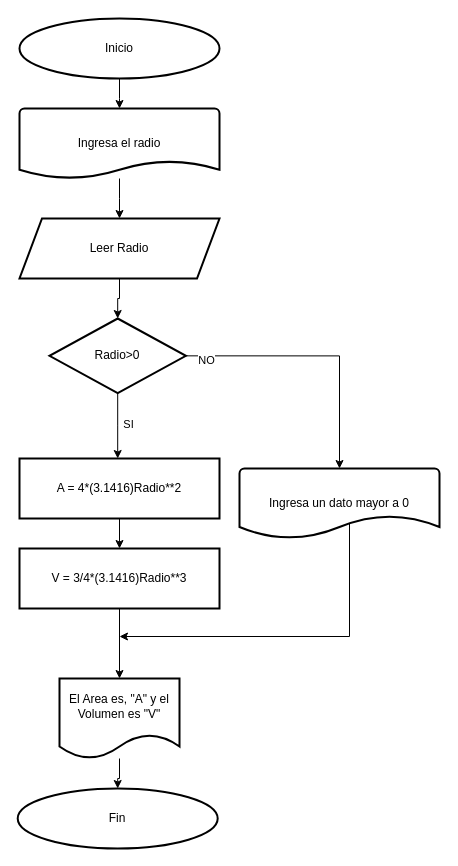
Above: Ejercicio 5: Cálculo del volumen y área de una esfera.drawio in Zapta123/Metodolog-a-de-la-programaci-n- (draw.io), before the change. Source tidied: cells renumbered, new cells numbered last; positions are measured from the earlier drawing's top-left corner, leaving out a move shared by most shapes. Both pictures are drawn from the tidied source at 100%, with x=0, y=0 at pixel (17, 18).
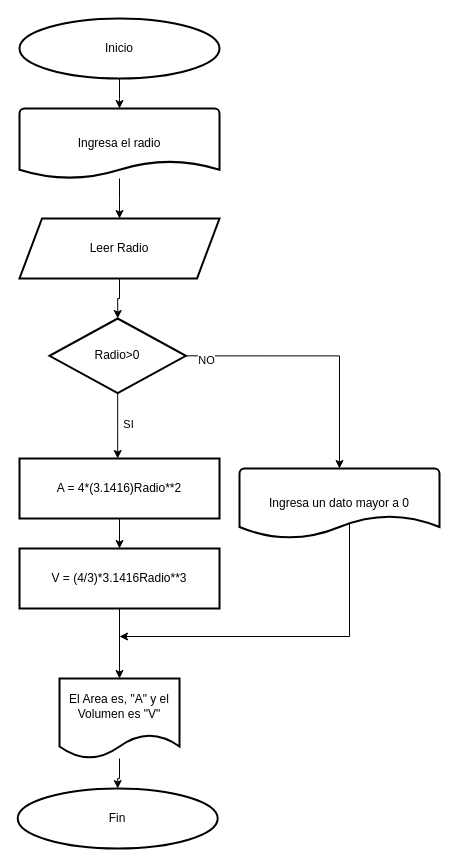
The same diagram, later.

Diff of the diagram source:
```diff
@@
-    <mxCell id="11" value="V = 3/4*(3.1416)Radio**3" style="rounded=1;whiteSpace=wrap;html=1;absoluteArcSize=1;arcSize=0;strokeWidth=2;" parent="1" vertex="1">
+    <mxCell id="11" value="V = (4/3)*3.1416Radio**3" style="rounded=1;whiteSpace=wrap;html=1;absoluteArcSize=1;arcSize=0;strokeWidth=2;" parent="1" vertex="1">
       <mxGeometry x="2" y="530" width="200" height="60" as="geometry" />
     </mxCell>
```
